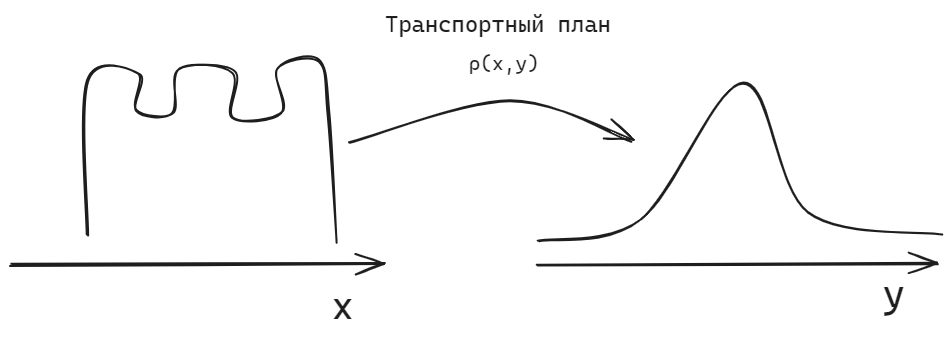
Before: diplom/assets/math/transport/earth_mover.excalidraw.png, a diagram exported from Excalidraw (NMashalov/EducationGenerativeModelApplication). Source tidied: one line per element, renumbered; positions are measured from the earlier drawing's top-left corner, leaving out a move shared by most shapes. Source of this version:
```json
{"id": 0, "type": "line", "strokeColor": "#1e1e1e", "strokeWidth": 2, "roughness": 1, "round": true, "x": 528, "y": 230, "width": 403, "height": 158, "points": [[0, 0], [102, -21], [205, -158], [269, -28], [403, -5]]}
{"id": 1, "type": "line", "strokeColor": "#1e1e1e", "strokeWidth": 2, "roughness": 1, "round": true, "x": 78, "y": 226, "width": 249, "height": 180, "points": [[0, 0], [0, -154], [50, -162], [49, -126], [86, -123], [90, -166], [146, -163], [145, -119], [194, -123], [190, -166], [231, -174], [240, -122], [249, 6]]}
{"id": 2, "type": "arrow", "strokeColor": "#1e1e1e", "strokeWidth": 2, "roughness": 1, "endArrowhead": "arrow", "round": true, "x": 338, "y": 132, "width": 283, "height": 41, "points": [[0, 0], [160, -41], [283, -1]]}
{"id": 3, "type": "text", "text": "Транспортный план", "strokeColor": "#1e1e1e", "strokeWidth": 2, "roughness": 1, "fontSize": 22.67, "fontFamily": 3, "x": 374, "y": 0, "width": 226, "height": 27}
{"id": 4, "type": "arrow", "strokeColor": "#1e1e1e", "strokeWidth": 2, "roughness": 1, "endArrowhead": "arrow", "round": true, "x": 0, "y": 254, "width": 375, "height": 1, "points": [[0, 0], [375, -1]]}
{"id": 5, "type": "arrow", "strokeColor": "#1e1e1e", "strokeWidth": 2, "roughness": 1, "endArrowhead": "arrow", "round": true, "x": 526, "y": 255, "width": 401, "height": 2, "points": [[0, 0], [401, -2]]}
{"id": 6, "type": "text", "text": "x", "strokeColor": "#1e1e1e", "strokeWidth": 2, "roughness": 1, "fontSize": 37.75, "fontFamily": 3, "x": 321, "y": 273, "width": 22, "height": 45}
{"id": 7, "type": "text", "text": "y", "strokeColor": "#1e1e1e", "strokeWidth": 2, "roughness": 1, "fontSize": 37.75, "fontFamily": 3, "x": 872, "y": 261, "width": 22, "height": 45}
{"id": 8, "type": "text", "text": "ρ(x,y)", "strokeColor": "#1e1e1e", "strokeWidth": 2, "roughness": 1, "fontSize": 20, "fontFamily": 3, "x": 458, "y": 41, "width": 70, "height": 24}
```
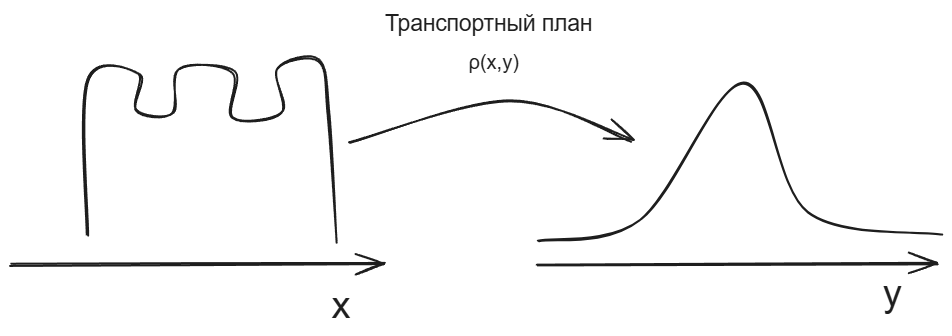
After the change.

The edit, as a diff of the source:
```diff
@@ -1,9 +1,9 @@
 {"id": 0, "type": "line", "strokeColor": "#1e1e1e", "strokeWidth": 2, "roughness": 1, "round": true, "x": 528, "y": 230, "width": 403, "height": 158, "points": [[0, 0], [102, -21], [205, -158], [269, -28], [403, -5]]}
 {"id": 1, "type": "line", "strokeColor": "#1e1e1e", "strokeWidth": 2, "roughness": 1, "round": true, "x": 78, "y": 226, "width": 249, "height": 180, "points": [[0, 0], [0, -154], [50, -162], [49, -126], [86, -123], [90, -166], [146, -163], [145, -119], [194, -123], [190, -166], [231, -174], [240, -122], [249, 6]]}
 {"id": 2, "type": "arrow", "strokeColor": "#1e1e1e", "strokeWidth": 2, "roughness": 1, "endArrowhead": "arrow", "round": true, "x": 338, "y": 132, "width": 283, "height": 41, "points": [[0, 0], [160, -41], [283, -1]]}
-{"id": 3, "type": "text", "text": "Транспортный план", "strokeColor": "#1e1e1e", "strokeWidth": 2, "roughness": 1, "fontSize": 22.67, "fontFamily": 3, "x": 374, "y": 0, "width": 226, "height": 27}
+{"id": 3, "type": "text", "text": "Транспортный план", "strokeColor": "#1e1e1e", "strokeWidth": 2, "roughness": 1, "fontSize": 22.67, "fontFamily": 2, "x": 374, "y": 0, "width": 207, "height": 26}
 {"id": 4, "type": "arrow", "strokeColor": "#1e1e1e", "strokeWidth": 2, "roughness": 1, "endArrowhead": "arrow", "round": true, "x": 0, "y": 254, "width": 375, "height": 1, "points": [[0, 0], [375, -1]]}
 {"id": 5, "type": "arrow", "strokeColor": "#1e1e1e", "strokeWidth": 2, "roughness": 1, "endArrowhead": "arrow", "round": true, "x": 526, "y": 255, "width": 401, "height": 2, "points": [[0, 0], [401, -2]]}
-{"id": 6, "type": "text", "text": "x", "strokeColor": "#1e1e1e", "strokeWidth": 2, "roughness": 1, "fontSize": 37.75, "fontFamily": 3, "x": 321, "y": 273, "width": 22, "height": 45}
+{"id": 6, "type": "text", "text": "x", "strokeColor": "#1e1e1e", "strokeWidth": 2, "roughness": 1, "fontSize": 37.75, "fontFamily": 2, "x": 321, "y": 273, "width": 19, "height": 43}
-{"id": 7, "type": "text", "text": "y", "strokeColor": "#1e1e1e", "strokeWidth": 2, "roughness": 1, "fontSize": 37.75, "fontFamily": 3, "x": 872, "y": 261, "width": 22, "height": 45}
+{"id": 7, "type": "text", "text": "y", "strokeColor": "#1e1e1e", "strokeWidth": 2, "roughness": 1, "fontSize": 37.75, "fontFamily": 2, "x": 872, "y": 261, "width": 19, "height": 43}
-{"id": 8, "type": "text", "text": "ρ(x,y)", "strokeColor": "#1e1e1e", "strokeWidth": 2, "roughness": 1, "fontSize": 20, "fontFamily": 3, "x": 458, "y": 41, "width": 70, "height": 24}
+{"id": 8, "type": "text", "text": "ρ(x,y)", "strokeColor": "#1e1e1e", "strokeWidth": 2, "roughness": 1, "fontSize": 20, "fontFamily": 2, "x": 458, "y": 41, "width": 50, "height": 23}
```
